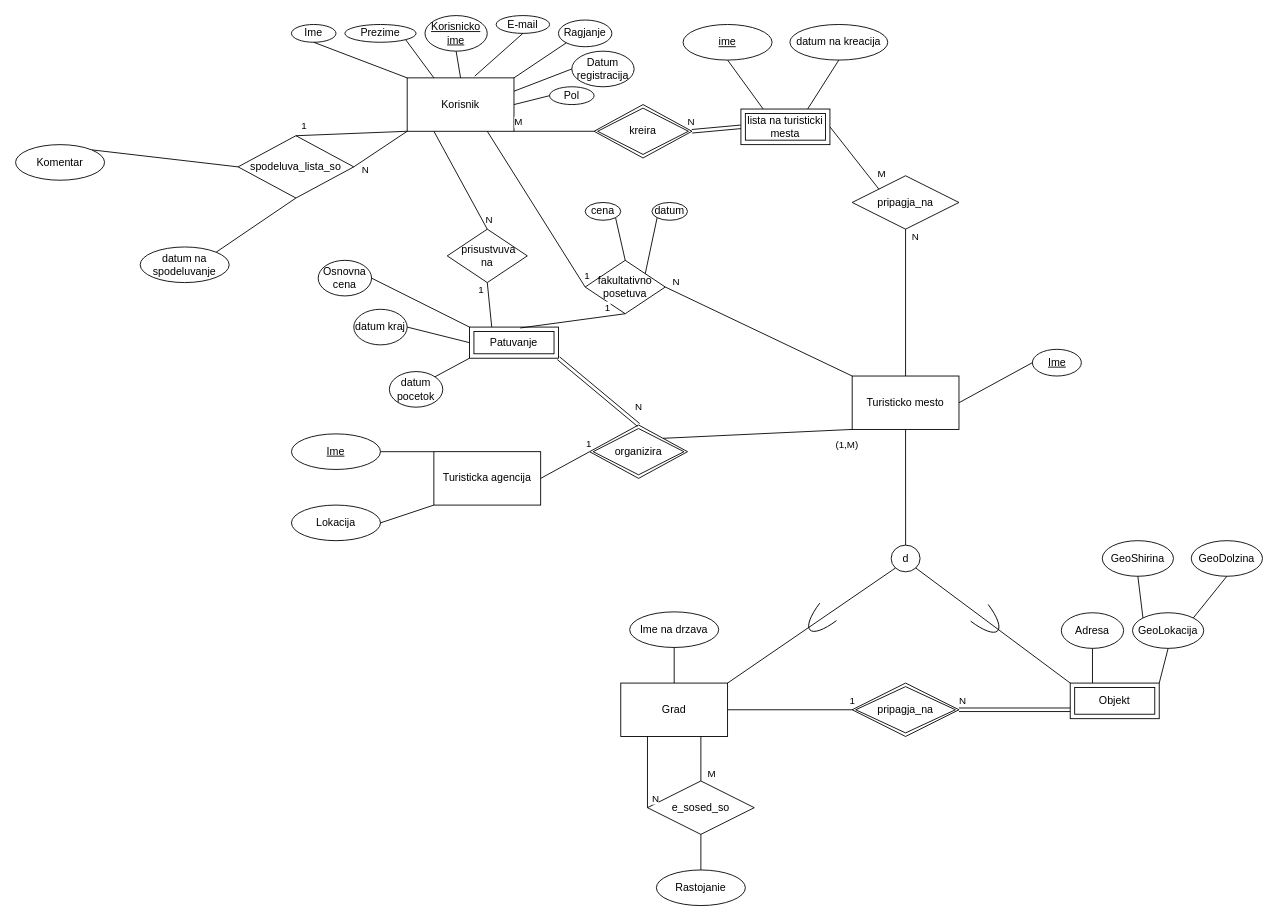
Earlier version of the draw.io diagram Bazi na podatoci/Lab1/lab 1_A.drawio (marin-o/Finki). Source tidied: cells renumbered, new cells numbered last; positions are measured from the earlier drawing's top-left corner, leaving out a move shared by most shapes. Both pictures are drawn from the tidied source at 89%, with x=0, y=0 at pixel (15, 15).
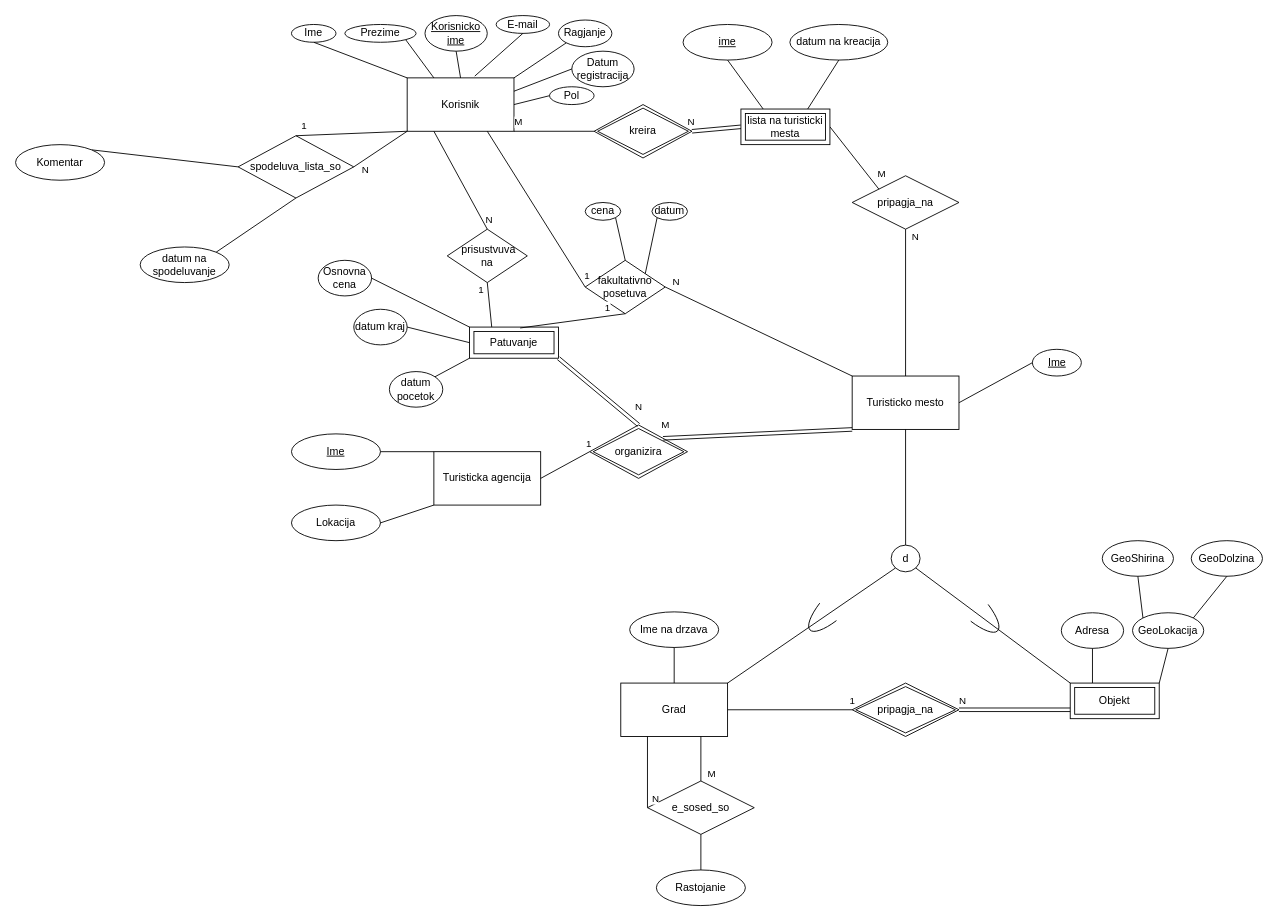
After the change.

Unchanged cells that the change refers to:
```xml
<mxCell id="17" value="&lt;div&gt;Turisticko mesto&lt;/div&gt;" style="rounded=0;whiteSpace=wrap;html=1;" parent="1" vertex="1">
  <mxGeometry x="940" y="405" width="120" height="60" as="geometry" />
</mxCell>
<mxCell id="65" value="organizira" style="shape=rhombus;double=1;perimeter=rhombusPerimeter;whiteSpace=wrap;html=1;align=center;" parent="1" vertex="1">
  <mxGeometry x="645" y="460" width="110" height="60" as="geometry" />
</mxCell>
```

The edit, as a diff of the source:
```diff
@@
-    <mxCell id="69" value="(1,M)" style="endArrow=none;html=1;rounded=0;exitX=1;exitY=0;exitDx=0;exitDy=0;entryX=0;entryY=1;entryDx=0;entryDy=0;" parent="1" edge="1" source="65" target="17">
-      <mxGeometry x="0.94" y="-17" relative="1" as="geometry" />
+    <mxCell id="69" value="M" style="endArrow=none;html=1;rounded=0;exitX=1;exitY=0;exitDx=0;exitDy=0;entryX=0;entryY=1;entryDx=0;entryDy=0;shape=link;" parent="1" edge="1" source="65" target="17">
+      <mxGeometry x="-0.97" y="15" relative="1" as="geometry" />
     </mxCell>
```
